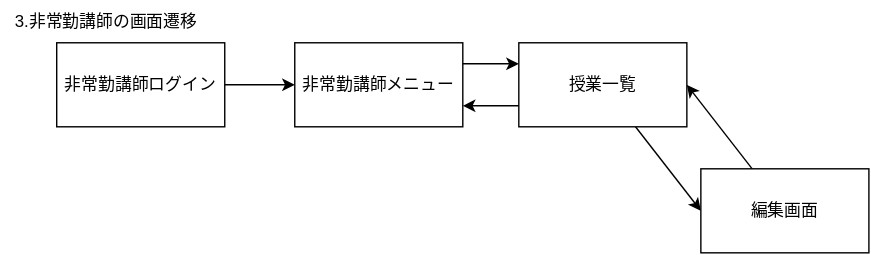
Skypeace8585/uml-introduction keeps this draw.io diagram as teamG5.drawio.svg. Above is the earlier version. Source tidied: cells renumbered, new cells last; positions are measured from the earlier drawing's top-left corner, leaving out a move shared by most shapes.
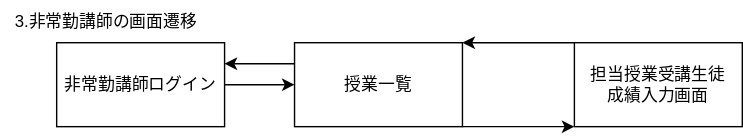
The same diagram one commit later.

The edit, as a diff of the source:
```diff
@@ -5,32 +5,28 @@
     <mxCell id="2" value="3.非常勤講師の画面遷移" style="text;html=1;align=center;verticalAlign=middle;strokeColor=none;fillColor=none;" parent="1" vertex="1">
       <mxGeometry width="150" height="30" as="geometry" />
     </mxCell>
-    <mxCell id="3" style="edgeStyle=none;html=1;entryX=0;entryY=0.5;entryDx=0;entryDy=0;" parent="1" edge="1" source="4" target="5">
-      <mxGeometry relative="1" as="geometry" />
+    <mxCell id="3" style="edgeStyle=none;html=1;entryX=0;entryY=0.5;entryDx=0;entryDy=0;" parent="1" edge="1" source="4">
+      <mxGeometry relative="1" as="geometry">
+        <mxPoint x="210" y="60" as="targetPoint" />
+      </mxGeometry>
     </mxCell>
     <mxCell id="4" value="非常勤講師ログイン" style="rounded=0;whiteSpace=wrap;html=1;" parent="1" vertex="1">
       <mxGeometry x="40" y="30" width="120" height="60" as="geometry" />
     </mxCell>
-    <mxCell id="5" value="非常勤講師メニュー&amp;nbsp;" style="rounded=0;whiteSpace=wrap;html=1;" parent="1" vertex="1">
-      <mxGeometry x="210" y="30" width="120" height="60" as="geometry" />
-    </mxCell>
-    <mxCell id="6" style="edgeStyle=none;html=1;entryX=0;entryY=0.5;entryDx=0;entryDy=0;" parent="1" edge="1" source="7" target="11">
-      <mxGeometry relative="1" as="geometry" />
-    </mxCell>
-    <mxCell id="7" value="授業一覧" style="rounded=0;whiteSpace=wrap;html=1;" parent="1" vertex="1">
-      <mxGeometry x="370" y="30" width="120" height="60" as="geometry" />
-    </mxCell>
-    <mxCell id="8" style="endArrow=classic;html=1;exitX=1;exitY=0.25;exitDx=0;exitDy=0;entryX=0;entryY=0.25;entryDx=0;entryDy=0;" parent="1" edge="1" source="5" target="7">
-      <mxGeometry relative="1" as="geometry" />
-    </mxCell>
-    <mxCell id="9" style="endArrow=classic;html=1;entryX=1;entryY=0.75;entryDx=0;entryDy=0;exitX=0;exitY=0.75;exitDx=0;exitDy=0;" parent="1" edge="1" source="7" target="5">
-      <mxGeometry relative="1" as="geometry" />
-    </mxCell>
+    <mxCell id="12" style="edgeStyle=none;html=1;exitX=1;exitY=1;exitDx=0;exitDy=0;entryX=0;entryY=1;entryDx=0;entryDy=0;" parent="1" edge="1" source="10" target="15">
+      <mxGeometry relative="1" as="geometry" />
+    </mxCell>
+    <mxCell id="13" style="edgeStyle=none;html=1;entryX=1;entryY=0.25;entryDx=0;entryDy=0;exitX=0;exitY=0.25;exitDx=0;exitDy=0;" parent="1" edge="1" source="10" target="4">
+      <mxGeometry relative="1" as="geometry" />
+    </mxCell>
-    <mxCell id="10" style="edgeStyle=none;html=1;entryX=1;entryY=0.5;entryDx=0;entryDy=0;" parent="1" edge="1" source="11" target="7">
-      <mxGeometry relative="1" as="geometry" />
+    <mxCell id="10" value="授業一覧" style="rounded=0;whiteSpace=wrap;html=1;" parent="1" vertex="1">
+      <mxGeometry x="210" y="30" width="120" height="60" as="geometry" />
     </mxCell>
-    <mxCell id="11" value="編集画面" style="whiteSpace=wrap;html=1;rounded=0;" parent="1" vertex="1">
-      <mxGeometry x="500" y="120" width="120" height="60" as="geometry" />
-    </mxCell>
+    <mxCell id="14" style="edgeStyle=none;html=1;entryX=1;entryY=0;entryDx=0;entryDy=0;exitX=0;exitY=0;exitDx=0;exitDy=0;" parent="1" edge="1" source="15" target="10">
+      <mxGeometry relative="1" as="geometry" />
+    </mxCell>
+    <mxCell id="15" value="担当授業受講生徒&lt;br&gt;成績入力画面" style="rounded=0;whiteSpace=wrap;html=1;" parent="1" vertex="1">
+      <mxGeometry x="410" y="30" width="120" height="60" as="geometry" />
+    </mxCell>
   </root>
 </mxGraphModel>
```
